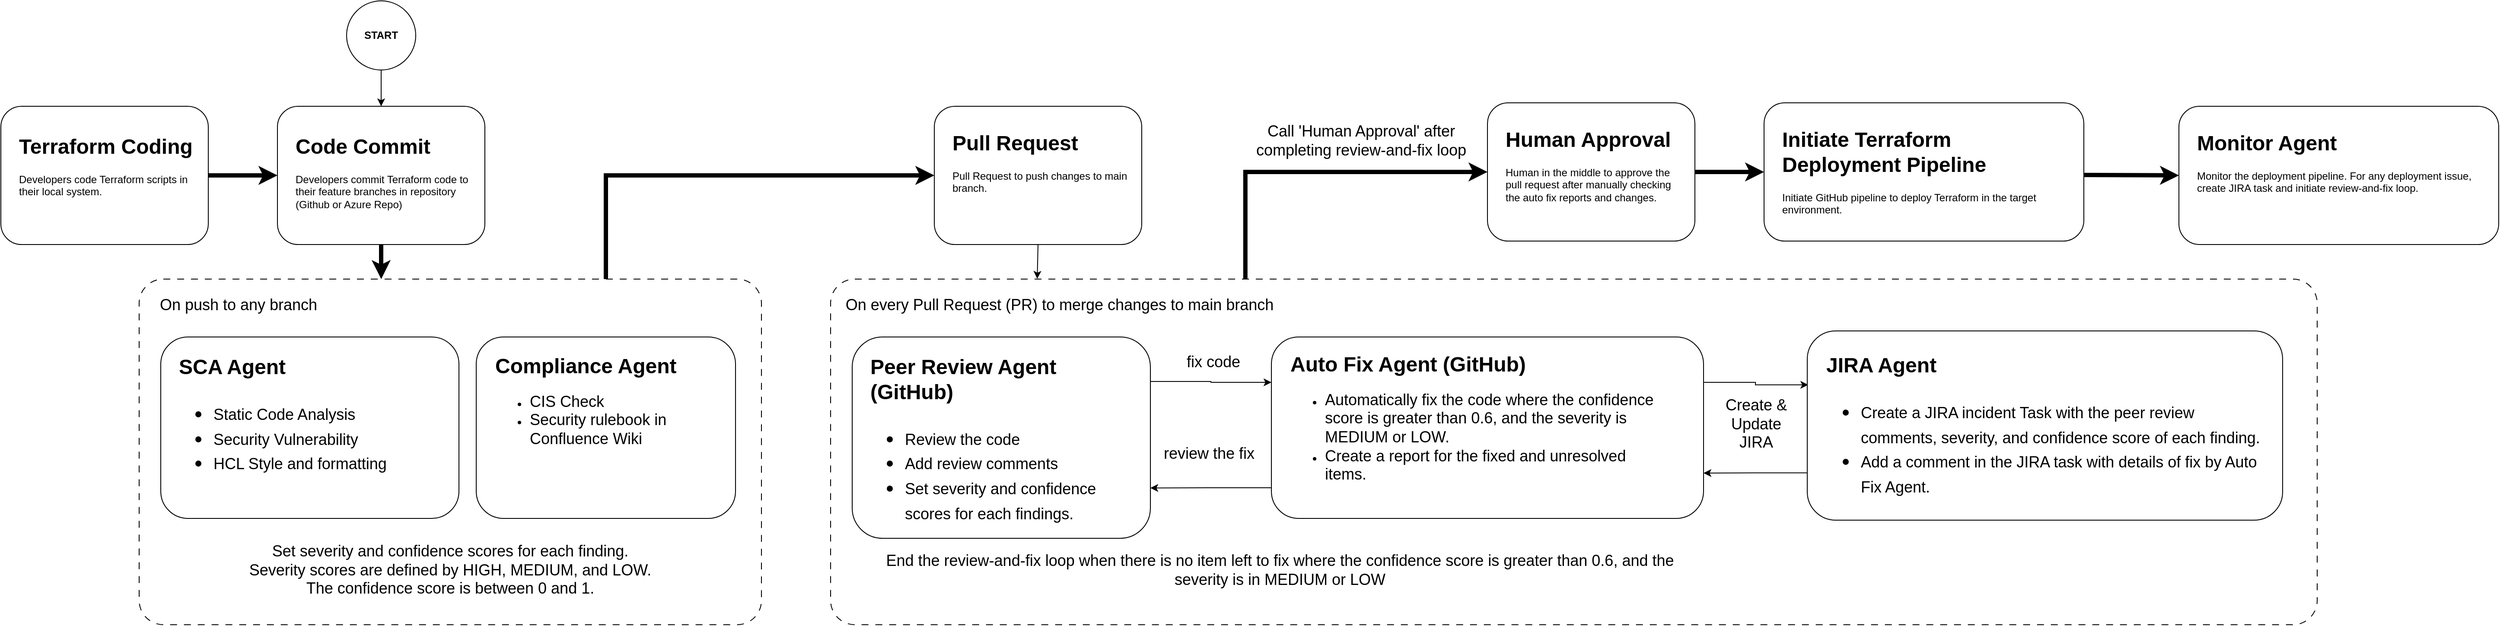
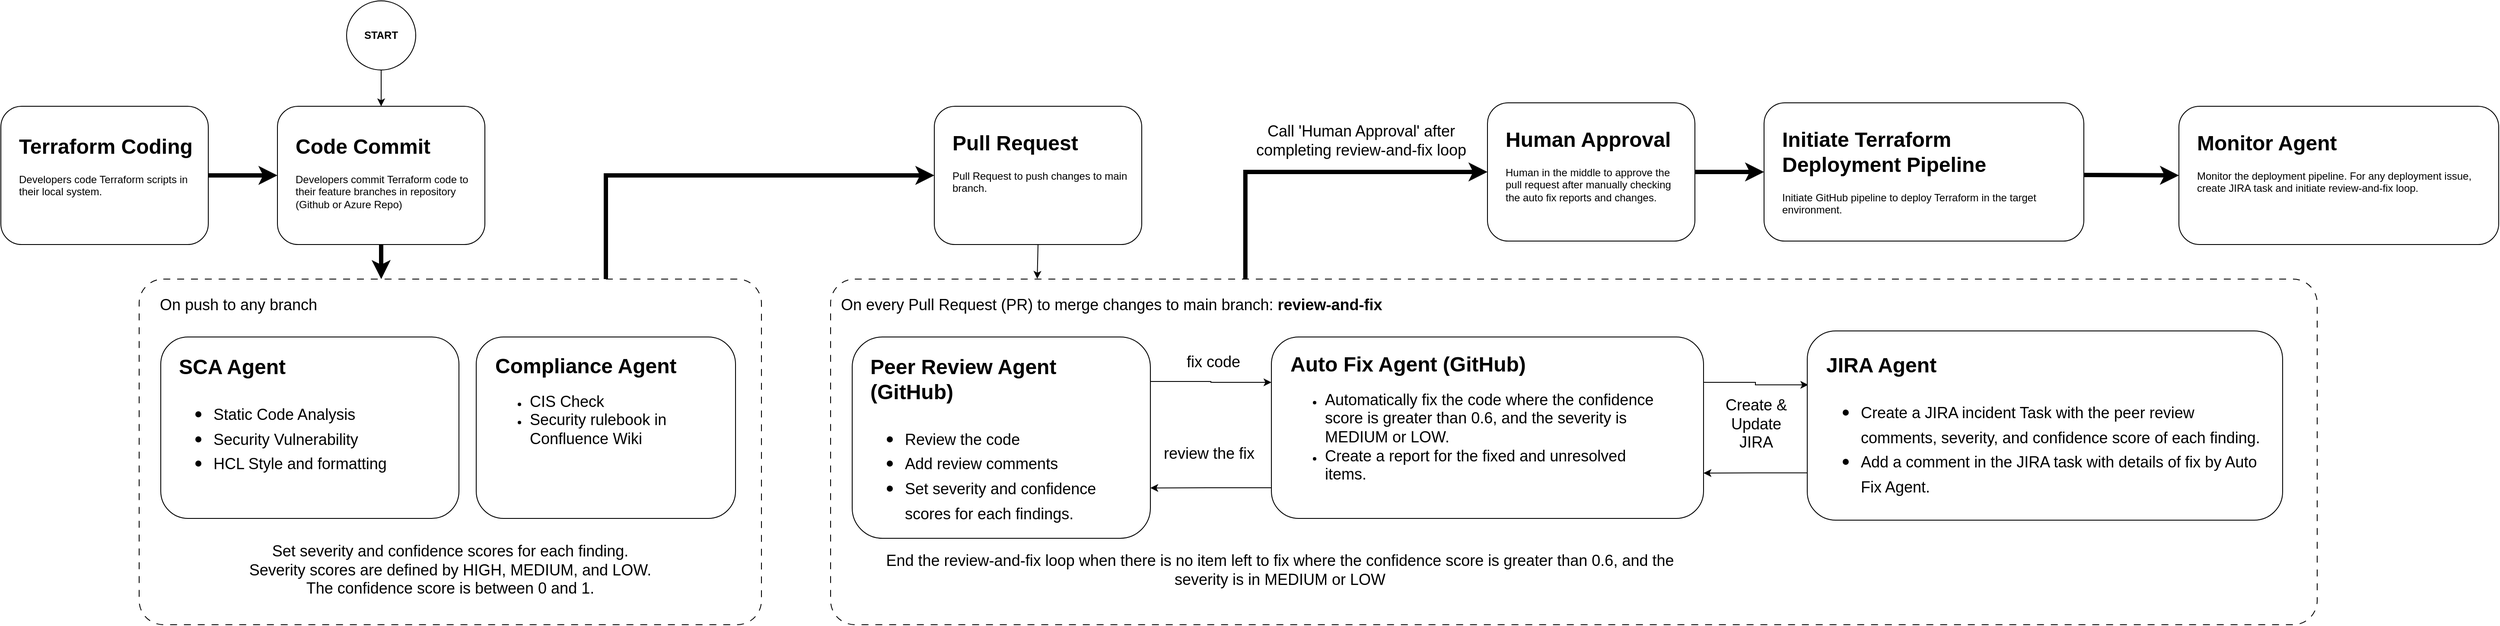
<mxfile host="app.diagrams.net">
  <diagram name="Page-1" id="llQ14HlxIDWXj9B5HY60">
    <mxGraphModel dx="1006" dy="638" grid="1" gridSize="10" guides="1" tooltips="1" connect="1" arrows="1" fold="1" page="1" pageScale="1" pageWidth="850" pageHeight="1100" math="0" shadow="0">
      <root>
        <mxCell id="0" />
        <mxCell id="1" parent="0" />
        <mxCell id="IWc9zJM8tDhvkjJ2dRjy-13" edge="1" parent="1" source="IWc9zJM8tDhvkjJ2dRjy-5" style="edgeStyle=orthogonalEdgeStyle;rounded=0;orthogonalLoop=1;jettySize=auto;html=1;entryX=0;entryY=0.5;entryDx=0;entryDy=0;exitX=0.75;exitY=0;exitDx=0;exitDy=0;strokeWidth=5;" target="IWc9zJM8tDhvkjJ2dRjy-1">
          <mxGeometry relative="1" as="geometry" />
        </mxCell>
        <mxCell id="oJW8UGhNAXkty13G2p3x-1" parent="1" style="rounded=1;whiteSpace=wrap;html=1;" value="" vertex="1">
          <mxGeometry height="160" width="240" x="440" y="200" as="geometry" />
        </mxCell>
        <mxCell id="oJW8UGhNAXkty13G2p3x-3" parent="1" style="text;html=1;whiteSpace=wrap;overflow=hidden;rounded=0;" value="&lt;h1 style=&quot;margin-top: 0px;&quot;&gt;Code Commit&lt;/h1&gt;&lt;p&gt;Developers commit Terraform code to their feature branches in repository (Github or Azure Repo)&lt;/p&gt;" vertex="1">
          <mxGeometry height="100" width="210" x="459" y="226" as="geometry" />
        </mxCell>
        <mxCell id="IWc9zJM8tDhvkjJ2dRjy-35" edge="1" parent="1" source="IWc9zJM8tDhvkjJ2dRjy-14" style="edgeStyle=orthogonalEdgeStyle;rounded=0;orthogonalLoop=1;jettySize=auto;html=1;entryX=0;entryY=0.5;entryDx=0;entryDy=0;exitX=0.279;exitY=0.025;exitDx=0;exitDy=0;exitPerimeter=0;strokeWidth=5;" target="IWc9zJM8tDhvkjJ2dRjy-33">
          <mxGeometry relative="1" as="geometry">
            <Array as="points">
              <mxPoint x="1560" y="276" />
            </Array>
          </mxGeometry>
        </mxCell>
        <mxCell id="IWc9zJM8tDhvkjJ2dRjy-1" parent="1" style="rounded=1;whiteSpace=wrap;html=1;" value="" vertex="1">
          <mxGeometry height="160" width="240" x="1200" y="200" as="geometry" />
        </mxCell>
        <mxCell id="IWc9zJM8tDhvkjJ2dRjy-2" parent="1" style="text;html=1;whiteSpace=wrap;overflow=hidden;rounded=0;" value="&lt;h1 style=&quot;margin-top: 0px;&quot;&gt;Pull Request&lt;/h1&gt;&lt;p&gt;Pull Request to push changes to main branch.&lt;/p&gt;" vertex="1">
          <mxGeometry height="100" width="210" x="1219" y="222" as="geometry" />
        </mxCell>
        <mxCell id="IWc9zJM8tDhvkjJ2dRjy-12" edge="1" parent="1" source="IWc9zJM8tDhvkjJ2dRjy-3" style="edgeStyle=orthogonalEdgeStyle;rounded=0;orthogonalLoop=1;jettySize=auto;html=1;exitX=1;exitY=0.5;exitDx=0;exitDy=0;entryX=0;entryY=0.5;entryDx=0;entryDy=0;strokeWidth=5;" target="oJW8UGhNAXkty13G2p3x-1">
          <mxGeometry relative="1" as="geometry" />
        </mxCell>
        <mxCell id="IWc9zJM8tDhvkjJ2dRjy-3" parent="1" style="rounded=1;whiteSpace=wrap;html=1;" value="" vertex="1">
          <mxGeometry height="160" width="240" x="120" y="200" as="geometry" />
        </mxCell>
        <mxCell id="IWc9zJM8tDhvkjJ2dRjy-4" parent="1" style="text;html=1;whiteSpace=wrap;overflow=hidden;rounded=0;" value="&lt;h1 style=&quot;margin-top: 0px;&quot;&gt;Terraform Coding&lt;/h1&gt;&lt;p&gt;Developers code Terraform scripts in their local system.&lt;/p&gt;" vertex="1">
          <mxGeometry height="100" width="210" x="139" y="226" as="geometry" />
        </mxCell>
        <mxCell id="IWc9zJM8tDhvkjJ2dRjy-5" parent="1" style="rounded=1;whiteSpace=wrap;html=1;arcSize=7;dashed=1;dashPattern=8 8;" value="" vertex="1">
          <mxGeometry height="400" width="720" x="280" y="400" as="geometry" />
        </mxCell>
        <mxCell id="IWc9zJM8tDhvkjJ2dRjy-6" parent="1" style="text;html=1;whiteSpace=wrap;strokeColor=none;fillColor=none;align=center;verticalAlign=middle;rounded=0;" value="&lt;font style=&quot;font-size: 18px;&quot;&gt;On push to any branch&lt;/font&gt;" vertex="1">
          <mxGeometry height="30" width="210" x="290" y="415" as="geometry" />
        </mxCell>
        <mxCell id="IWc9zJM8tDhvkjJ2dRjy-7" parent="1" style="rounded=1;whiteSpace=wrap;html=1;" value="" vertex="1">
          <mxGeometry height="210" width="345" x="305" y="467" as="geometry" />
        </mxCell>
        <mxCell id="IWc9zJM8tDhvkjJ2dRjy-8" parent="1" style="text;html=1;whiteSpace=wrap;overflow=hidden;rounded=0;" value="&lt;h1 style=&quot;margin-top: 0px;&quot;&gt;SCA Agent&lt;/h1&gt;&lt;h1 style=&quot;margin-top: 0px;&quot;&gt;&lt;p style=&quot;font-size: 12px; font-weight: 400;&quot;&gt;&lt;/p&gt;&lt;ul&gt;&lt;li&gt;&lt;span style=&quot;font-size: 18px; font-weight: normal;&quot;&gt;Static Code Analysis&lt;/span&gt;&lt;/li&gt;&lt;li&gt;&lt;span style=&quot;font-size: 18px; font-weight: normal;&quot;&gt;Security Vulnerability&lt;/span&gt;&lt;/li&gt;&lt;li&gt;&lt;span style=&quot;font-size: 18px; font-weight: normal;&quot;&gt;HCL Style and formatting&lt;/span&gt;&lt;/li&gt;&lt;/ul&gt;&lt;p&gt;&lt;/p&gt;&lt;/h1&gt;" vertex="1">
          <mxGeometry height="183" width="306" x="324" y="481" as="geometry" />
        </mxCell>
        <mxCell id="IWc9zJM8tDhvkjJ2dRjy-9" parent="1" style="rounded=1;whiteSpace=wrap;html=1;" value="" vertex="1">
          <mxGeometry height="210" width="300" x="670" y="467" as="geometry" />
        </mxCell>
        <mxCell id="IWc9zJM8tDhvkjJ2dRjy-10" parent="1" style="text;html=1;whiteSpace=wrap;overflow=hidden;rounded=0;" value="&lt;h1 style=&quot;margin-top: 0px;&quot;&gt;Compliance Agent&lt;/h1&gt;&lt;p&gt;&lt;/p&gt;&lt;ul&gt;&lt;li&gt;&lt;span style=&quot;font-size: 18px;&quot;&gt;CIS Check&lt;/span&gt;&lt;/li&gt;&lt;li&gt;&lt;span style=&quot;font-size: 18px;&quot;&gt;Security rulebook in Confluence Wiki&lt;/span&gt;&lt;/li&gt;&lt;/ul&gt;&lt;p&gt;&lt;/p&gt;" vertex="1">
          <mxGeometry height="180" width="269" x="690" y="480" as="geometry" />
        </mxCell>
        <mxCell id="IWc9zJM8tDhvkjJ2dRjy-11" edge="1" parent="1" source="oJW8UGhNAXkty13G2p3x-1" style="edgeStyle=orthogonalEdgeStyle;rounded=0;orthogonalLoop=1;jettySize=auto;html=1;exitX=0.5;exitY=1;exitDx=0;exitDy=0;entryX=0.389;entryY=0;entryDx=0;entryDy=0;entryPerimeter=0;strokeWidth=5;" target="IWc9zJM8tDhvkjJ2dRjy-5">
          <mxGeometry relative="1" as="geometry" />
        </mxCell>
        <mxCell id="IWc9zJM8tDhvkjJ2dRjy-14" parent="1" style="rounded=1;whiteSpace=wrap;html=1;arcSize=7;dashed=1;dashPattern=8 8;" value="" vertex="1">
          <mxGeometry height="400" width="1720" x="1080" y="400" as="geometry" />
        </mxCell>
-         <mxCell id="IWc9zJM8tDhvkjJ2dRjy-15" parent="1" style="text;html=1;whiteSpace=wrap;strokeColor=none;fillColor=none;align=center;verticalAlign=middle;rounded=0;" value="&lt;font style=&quot;font-size: 18px;&quot;&gt;On every Pull Request (PR) to merge changes to main branch&lt;/font&gt;" vertex="1">
-           <mxGeometry height="30" width="510" x="1090" y="415" as="geometry" />
+         <mxCell id="IWc9zJM8tDhvkjJ2dRjy-15" parent="1" style="text;html=1;whiteSpace=wrap;strokeColor=none;fillColor=none;align=left;verticalAlign=middle;rounded=0;" value="&lt;font style=&quot;font-size: 18px;&quot;&gt;On every Pull Request (PR) to merge changes to main branch: &lt;b&gt;review-and-fix&lt;/b&gt;&lt;/font&gt;" vertex="1">
+           <mxGeometry height="30" width="740" x="1090" y="415" as="geometry" />
        </mxCell>
        <mxCell id="IWc9zJM8tDhvkjJ2dRjy-22" edge="1" parent="1" source="IWc9zJM8tDhvkjJ2dRjy-16" style="edgeStyle=orthogonalEdgeStyle;rounded=0;orthogonalLoop=1;jettySize=auto;html=1;exitX=1;exitY=0.221;exitDx=0;exitDy=0;entryX=0;entryY=0.25;entryDx=0;entryDy=0;exitPerimeter=0;" target="IWc9zJM8tDhvkjJ2dRjy-18">
          <mxGeometry relative="1" as="geometry" />
        </mxCell>
        <mxCell id="IWc9zJM8tDhvkjJ2dRjy-16" parent="1" style="rounded=1;whiteSpace=wrap;html=1;" value="" vertex="1">
          <mxGeometry height="233" width="345" x="1105" y="467" as="geometry" />
        </mxCell>
        <mxCell id="IWc9zJM8tDhvkjJ2dRjy-17" parent="1" style="text;html=1;whiteSpace=wrap;overflow=hidden;rounded=0;" value="&lt;h1 style=&quot;margin-top: 0px;&quot;&gt;Peer Review Agent (GitHub)&lt;/h1&gt;&lt;h1 style=&quot;margin-top: 0px;&quot;&gt;&lt;p style=&quot;font-size: 12px; font-weight: 400;&quot;&gt;&lt;/p&gt;&lt;ul&gt;&lt;li&gt;&lt;span style=&quot;font-size: 18px; font-weight: 400;&quot;&gt;Review the code&lt;/span&gt;&lt;/li&gt;&lt;li&gt;&lt;span style=&quot;font-size: 18px; font-weight: 400;&quot;&gt;Add review comments&lt;/span&gt;&lt;/li&gt;&lt;li&gt;&lt;span style=&quot;font-size: 18px; font-weight: 400;&quot;&gt;Set severity and confidence scores for each findings.&lt;/span&gt;&lt;/li&gt;&lt;/ul&gt;&lt;p&gt;&lt;/p&gt;&lt;/h1&gt;" vertex="1">
          <mxGeometry height="209" width="306" x="1124" y="481" as="geometry" />
        </mxCell>
        <mxCell id="IWc9zJM8tDhvkjJ2dRjy-23" edge="1" parent="1" source="IWc9zJM8tDhvkjJ2dRjy-18" style="edgeStyle=orthogonalEdgeStyle;rounded=0;orthogonalLoop=1;jettySize=auto;html=1;exitX=0;exitY=0.831;exitDx=0;exitDy=0;entryX=1;entryY=0.75;entryDx=0;entryDy=0;exitPerimeter=0;" target="IWc9zJM8tDhvkjJ2dRjy-16">
          <mxGeometry relative="1" as="geometry" />
        </mxCell>
        <mxCell id="IWc9zJM8tDhvkjJ2dRjy-31" edge="1" parent="1" source="IWc9zJM8tDhvkjJ2dRjy-18" style="edgeStyle=orthogonalEdgeStyle;rounded=0;orthogonalLoop=1;jettySize=auto;html=1;exitX=1;exitY=0.25;exitDx=0;exitDy=0;entryX=0.002;entryY=0.285;entryDx=0;entryDy=0;entryPerimeter=0;" target="IWc9zJM8tDhvkjJ2dRjy-27">
          <mxGeometry relative="1" as="geometry" />
        </mxCell>
        <mxCell id="IWc9zJM8tDhvkjJ2dRjy-18" parent="1" style="rounded=1;whiteSpace=wrap;html=1;" value="" vertex="1">
          <mxGeometry height="210" width="500" x="1590" y="467" as="geometry" />
        </mxCell>
        <mxCell id="IWc9zJM8tDhvkjJ2dRjy-19" parent="1" style="text;html=1;whiteSpace=wrap;overflow=hidden;rounded=0;" value="&lt;h1 style=&quot;margin-top: 0px;&quot;&gt;Auto Fix Agent (GitHub)&lt;/h1&gt;&lt;p&gt;&lt;/p&gt;&lt;ul&gt;&lt;li&gt;&lt;span style=&quot;font-size: 18px;&quot;&gt;Automatically fix the code where the confidence score is greater than 0.6, and the severity is MEDIUM or LOW.&amp;nbsp;&lt;/span&gt;&lt;/li&gt;&lt;li&gt;&lt;span style=&quot;font-size: 18px;&quot;&gt;Create a report for the fixed and unresolved items.&lt;/span&gt;&lt;/li&gt;&lt;/ul&gt;&lt;p&gt;&lt;/p&gt;" vertex="1">
          <mxGeometry height="192" width="440" x="1610" y="478" as="geometry" />
        </mxCell>
        <mxCell id="IWc9zJM8tDhvkjJ2dRjy-20" parent="1" style="text;whiteSpace=wrap;fontSize=18;align=center;" value="Set severity and confidence scores for each finding.&#xa;Severity scores are defined by HIGH, MEDIUM, and LOW.&#xa;The confidence score is between 0 and 1." vertex="1">
          <mxGeometry height="77" width="640" x="320" y="698" as="geometry" />
        </mxCell>
        <mxCell id="IWc9zJM8tDhvkjJ2dRjy-21" edge="1" parent="1" source="IWc9zJM8tDhvkjJ2dRjy-1" style="edgeStyle=orthogonalEdgeStyle;rounded=0;orthogonalLoop=1;jettySize=auto;html=1;exitX=0.5;exitY=1;exitDx=0;exitDy=0;entryX=0.139;entryY=-0.001;entryDx=0;entryDy=0;entryPerimeter=0;" target="IWc9zJM8tDhvkjJ2dRjy-14">
          <mxGeometry relative="1" as="geometry" />
        </mxCell>
        <mxCell id="IWc9zJM8tDhvkjJ2dRjy-24" parent="1" style="text;html=1;whiteSpace=wrap;strokeColor=none;fillColor=none;align=center;verticalAlign=middle;rounded=0;" value="&lt;font style=&quot;font-size: 18px;&quot;&gt;fix code&lt;/font&gt;" vertex="1">
          <mxGeometry height="30" width="82" x="1482" y="481" as="geometry" />
        </mxCell>
        <mxCell id="IWc9zJM8tDhvkjJ2dRjy-25" parent="1" style="text;html=1;whiteSpace=wrap;strokeColor=none;fillColor=none;align=center;verticalAlign=middle;rounded=0;" value="&lt;font style=&quot;font-size: 18px;&quot;&gt;review the fix&lt;/font&gt;" vertex="1">
          <mxGeometry height="30" width="120" x="1458" y="587" as="geometry" />
        </mxCell>
        <mxCell id="IWc9zJM8tDhvkjJ2dRjy-26" parent="1" style="text;html=1;whiteSpace=wrap;strokeColor=none;fillColor=none;align=center;verticalAlign=middle;rounded=0;" value="&lt;font style=&quot;font-size: 18px;&quot;&gt;End the review-and-fix loop when there is no item left to fix where the confidence score is greater than 0.6, and the severity is in MEDIUM or LOW&lt;/font&gt;" vertex="1">
          <mxGeometry height="50" width="980" x="1110" y="711.5" as="geometry" />
        </mxCell>
        <mxCell id="IWc9zJM8tDhvkjJ2dRjy-30" edge="1" parent="1" source="IWc9zJM8tDhvkjJ2dRjy-27" style="edgeStyle=orthogonalEdgeStyle;rounded=0;orthogonalLoop=1;jettySize=auto;html=1;exitX=0;exitY=0.75;exitDx=0;exitDy=0;entryX=1;entryY=0.75;entryDx=0;entryDy=0;" target="IWc9zJM8tDhvkjJ2dRjy-18">
          <mxGeometry relative="1" as="geometry" />
        </mxCell>
        <mxCell id="IWc9zJM8tDhvkjJ2dRjy-27" parent="1" style="rounded=1;whiteSpace=wrap;html=1;" value="" vertex="1">
          <mxGeometry height="219" width="550" x="2210" y="460" as="geometry" />
        </mxCell>
        <mxCell id="IWc9zJM8tDhvkjJ2dRjy-28" parent="1" style="text;html=1;whiteSpace=wrap;overflow=hidden;rounded=0;" value="&lt;h1 style=&quot;margin-top: 0px;&quot;&gt;JIRA Agent&lt;/h1&gt;&lt;h1 style=&quot;margin-top: 0px;&quot;&gt;&lt;p style=&quot;font-size: 12px; font-weight: 400;&quot;&gt;&lt;/p&gt;&lt;ul&gt;&lt;li&gt;&lt;span style=&quot;font-size: 18px; font-weight: 400;&quot;&gt;Create a JIRA incident Task with the peer review comments, severity, and confidence score of each finding.&lt;/span&gt;&lt;/li&gt;&lt;li&gt;&lt;span style=&quot;font-size: 18px; font-weight: 400;&quot;&gt;Add a comment in the JIRA task with details of fix by Auto Fix Agent.&lt;/span&gt;&lt;/li&gt;&lt;/ul&gt;&lt;p&gt;&lt;/p&gt;&lt;/h1&gt;" vertex="1">
          <mxGeometry height="191" width="510" x="2230" y="479" as="geometry" />
        </mxCell>
        <mxCell id="IWc9zJM8tDhvkjJ2dRjy-32" parent="1" style="text;html=1;whiteSpace=wrap;strokeColor=none;fillColor=none;align=center;verticalAlign=middle;rounded=0;" value="&lt;font style=&quot;font-size: 18px;&quot;&gt;Create &amp;amp; Update JIRA&lt;/font&gt;" vertex="1">
          <mxGeometry height="57.5" width="102" x="2100" y="539" as="geometry" />
        </mxCell>
        <mxCell id="IWc9zJM8tDhvkjJ2dRjy-39" edge="1" parent="1" source="IWc9zJM8tDhvkjJ2dRjy-33" style="edgeStyle=orthogonalEdgeStyle;rounded=0;orthogonalLoop=1;jettySize=auto;html=1;exitX=1;exitY=0.5;exitDx=0;exitDy=0;entryX=0;entryY=0.5;entryDx=0;entryDy=0;strokeWidth=5;" target="IWc9zJM8tDhvkjJ2dRjy-37">
          <mxGeometry relative="1" as="geometry" />
        </mxCell>
        <mxCell id="IWc9zJM8tDhvkjJ2dRjy-33" parent="1" style="rounded=1;whiteSpace=wrap;html=1;" value="" vertex="1">
          <mxGeometry height="160" width="240" x="1840" y="196" as="geometry" />
        </mxCell>
        <mxCell id="IWc9zJM8tDhvkjJ2dRjy-34" parent="1" style="text;html=1;whiteSpace=wrap;overflow=hidden;rounded=0;" value="&lt;h1 style=&quot;margin-top: 0px;&quot;&gt;Human Approval&lt;/h1&gt;&lt;p&gt;Human in the middle to approve the pull request after manually checking the auto fix reports and changes.&amp;nbsp;&lt;/p&gt;" vertex="1">
          <mxGeometry height="100" width="210" x="1859" y="218" as="geometry" />
        </mxCell>
        <mxCell id="IWc9zJM8tDhvkjJ2dRjy-36" parent="1" style="text;html=1;whiteSpace=wrap;strokeColor=none;fillColor=none;align=center;verticalAlign=middle;rounded=0;" value="&lt;font style=&quot;font-size: 18px;&quot;&gt;Call &#39;Human Approval&#39; after completing review-and-fix loop&lt;/font&gt;" vertex="1">
          <mxGeometry height="60" width="248" x="1570" y="210" as="geometry" />
        </mxCell>
        <mxCell id="IWc9zJM8tDhvkjJ2dRjy-37" parent="1" style="rounded=1;whiteSpace=wrap;html=1;" value="" vertex="1">
          <mxGeometry height="160" width="370" x="2160" y="196" as="geometry" />
        </mxCell>
        <mxCell id="IWc9zJM8tDhvkjJ2dRjy-38" parent="1" style="text;html=1;whiteSpace=wrap;overflow=hidden;rounded=0;" value="&lt;h1 style=&quot;margin-top: 0px;&quot;&gt;Initiate Terraform Deployment Pipeline&lt;/h1&gt;&lt;p&gt;Initiate GitHub pipeline to deploy Terraform in the target environment.&amp;nbsp;&amp;nbsp;&lt;/p&gt;" vertex="1">
          <mxGeometry height="112" width="341" x="2179" y="218" as="geometry" />
        </mxCell>
        <mxCell id="IWc9zJM8tDhvkjJ2dRjy-41" edge="1" parent="1" source="IWc9zJM8tDhvkjJ2dRjy-40" style="edgeStyle=orthogonalEdgeStyle;rounded=0;orthogonalLoop=1;jettySize=auto;html=1;exitX=0.5;exitY=1;exitDx=0;exitDy=0;entryX=0.5;entryY=0;entryDx=0;entryDy=0;" target="oJW8UGhNAXkty13G2p3x-1">
          <mxGeometry relative="1" as="geometry" />
        </mxCell>
        <mxCell id="IWc9zJM8tDhvkjJ2dRjy-40" parent="1" style="ellipse;whiteSpace=wrap;html=1;aspect=fixed;fontStyle=1" value="START" vertex="1">
          <mxGeometry height="80" width="80" x="520" y="78" as="geometry" />
        </mxCell>
        <mxCell id="IWc9zJM8tDhvkjJ2dRjy-42" parent="1" style="rounded=1;whiteSpace=wrap;html=1;" value="" vertex="1">
          <mxGeometry height="160" width="370" x="2640" y="200" as="geometry" />
        </mxCell>
        <mxCell id="IWc9zJM8tDhvkjJ2dRjy-43" parent="1" style="text;html=1;whiteSpace=wrap;overflow=hidden;rounded=0;" value="&lt;h1 style=&quot;margin-top: 0px;&quot;&gt;Monitor Agent&lt;/h1&gt;&lt;p&gt;Monitor the deployment pipeline.&amp;nbsp;&lt;span style=&quot;background-color: transparent; color: light-dark(rgb(0, 0, 0), rgb(255, 255, 255));&quot;&gt;F&lt;/span&gt;&lt;span style=&quot;background-color: transparent; color: light-dark(rgb(0, 0, 0), rgb(255, 255, 255));&quot;&gt;or any deployment issue, create JIRA task and initiate review-and-fix loop.&lt;/span&gt;&lt;/p&gt;" vertex="1">
          <mxGeometry height="112" width="341" x="2659" y="222" as="geometry" />
        </mxCell>
        <mxCell id="IWc9zJM8tDhvkjJ2dRjy-44" edge="1" parent="1" style="edgeStyle=orthogonalEdgeStyle;rounded=0;orthogonalLoop=1;jettySize=auto;html=1;exitX=1;exitY=0.5;exitDx=0;exitDy=0;entryX=0;entryY=0.5;entryDx=0;entryDy=0;strokeWidth=5;" target="IWc9zJM8tDhvkjJ2dRjy-42">
          <mxGeometry relative="1" as="geometry">
            <mxPoint x="2530" y="279.5" as="sourcePoint" />
            <mxPoint x="2610" y="279.5" as="targetPoint" />
          </mxGeometry>
        </mxCell>
      </root>
    </mxGraphModel>
  </diagram>
</mxfile>
